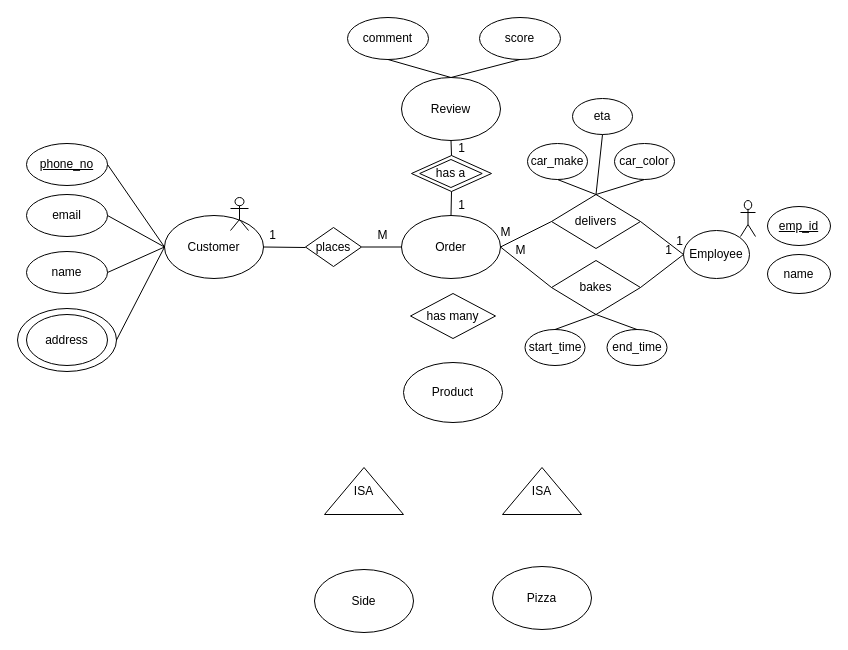
Before: Untitled Diagram.drawio in jb065/CS-564-Project, a draw.io diagram. Source tidied: cells renumbered, new cells numbered last; positions are measured from the earlier drawing's top-left corner, leaving out a move shared by most shapes. Both pictures are drawn from the tidied source at 100%, with x=0, y=0 at pixel (17, 17).
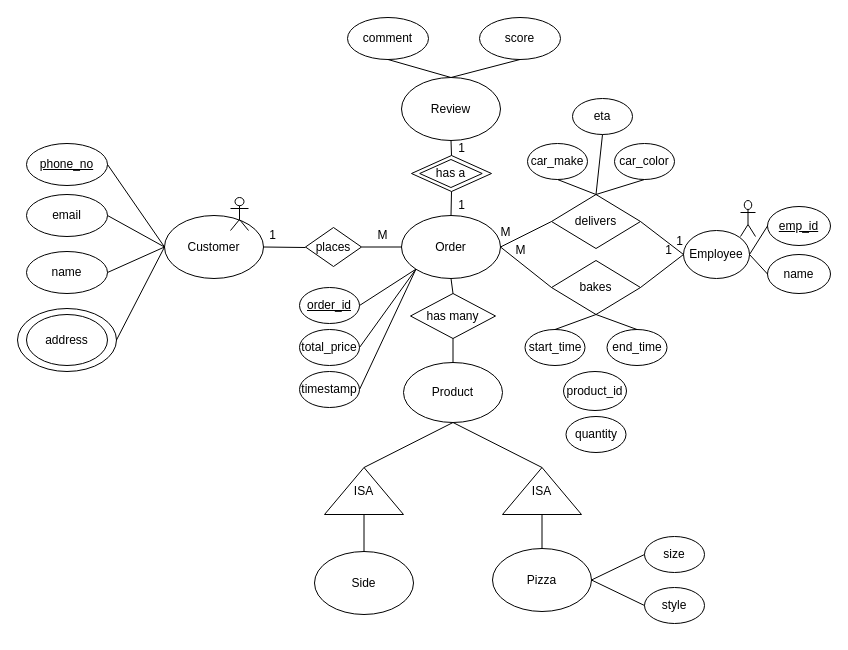
The same page after the edit.

Unchanged cells that the change refers to:
```xml
<mxCell id="4" value="Order" style="ellipse;whiteSpace=wrap;html=1;" parent="1" vertex="1">
  <mxGeometry x="384" y="198" width="99" height="63" as="geometry" />
</mxCell>
<mxCell id="6" value="Employee" style="ellipse;whiteSpace=wrap;html=1;" parent="1" vertex="1">
  <mxGeometry x="666" y="213" width="66" height="48" as="geometry" />
</mxCell>
<mxCell id="7" value="Product" style="ellipse;whiteSpace=wrap;html=1;" parent="1" vertex="1">
  <mxGeometry x="386" y="345" width="99" height="60" as="geometry" />
</mxCell>
<mxCell id="8" value="ISA" style="triangle;whiteSpace=wrap;html=1;direction=north;" parent="1" vertex="1">
  <mxGeometry x="307" y="450" width="79" height="47" as="geometry" />
</mxCell>
<mxCell id="9" value="ISA" style="triangle;whiteSpace=wrap;html=1;direction=north;" parent="1" vertex="1">
  <mxGeometry x="485" y="450" width="79" height="47" as="geometry" />
</mxCell>
<mxCell id="57" value="&lt;u&gt;emp_id&lt;/u&gt;" style="ellipse;whiteSpace=wrap;html=1;" parent="1" vertex="1">
  <mxGeometry x="750" y="189" width="63" height="39" as="geometry" />
</mxCell>
<mxCell id="58" value="name" style="ellipse;whiteSpace=wrap;html=1;" parent="1" vertex="1">
  <mxGeometry x="750" y="237" width="63" height="39" as="geometry" />
</mxCell>
<mxCell id="59" value="has many" style="rhombus;whiteSpace=wrap;html=1;" parent="1" vertex="1">
  <mxGeometry x="393" y="276" width="85" height="45" as="geometry" />
</mxCell>
```

What changed in the source:
```diff
@@
     <mxCell id="10" value="Side" style="ellipse;whiteSpace=wrap;html=1;" parent="1" vertex="1">
-      <mxGeometry x="297" y="552" width="99" height="63" as="geometry" />
+      <mxGeometry x="297" y="534" width="99" height="63" as="geometry" />
     </mxCell>
     <mxCell id="11" value="Pizza" style="ellipse;whiteSpace=wrap;html=1;" parent="1" vertex="1">
-      <mxGeometry x="475" y="549" width="99" height="63" as="geometry" />
+      <mxGeometry x="475" y="531" width="99" height="63" as="geometry" />
     </mxCell>
@@
+    <mxCell id="60" style="endArrow=none;html=1;rounded=0;entryX=0.5;entryY=1;entryDx=0;entryDy=0;exitX=0.5;exitY=0;exitDx=0;exitDy=0;" parent="1" edge="1" source="7" target="59">
+      <mxGeometry relative="1" as="geometry" />
+    </mxCell>
+    <mxCell id="61" style="endArrow=none;html=1;rounded=0;entryX=0.5;entryY=1;entryDx=0;entryDy=0;exitX=0.5;exitY=0;exitDx=0;exitDy=0;" parent="1" edge="1" source="59" target="4">
+      <mxGeometry relative="1" as="geometry" />
+    </mxCell>
+    <mxCell id="62" style="endArrow=none;html=1;rounded=0;entryX=0.5;entryY=1;entryDx=0;entryDy=0;exitX=1;exitY=0.5;exitDx=0;exitDy=0;" parent="1" edge="1" source="8" target="7">
+      <mxGeometry relative="1" as="geometry" />
+    </mxCell>
+    <mxCell id="63" style="endArrow=none;html=1;rounded=0;entryX=0;entryY=0.5;entryDx=0;entryDy=0;exitX=0.5;exitY=0;exitDx=0;exitDy=0;" parent="1" edge="1" source="10" target="8">
+      <mxGeometry relative="1" as="geometry" />
+    </mxCell>
+    <mxCell id="64" style="endArrow=none;html=1;rounded=0;entryX=0.5;entryY=1;entryDx=0;entryDy=0;exitX=1;exitY=0.5;exitDx=0;exitDy=0;" parent="1" edge="1" source="9" target="7">
+      <mxGeometry relative="1" as="geometry" />
+    </mxCell>
+    <mxCell id="65" style="endArrow=none;html=1;rounded=0;entryX=0;entryY=0.5;entryDx=0;entryDy=0;exitX=0.5;exitY=0;exitDx=0;exitDy=0;" parent="1" edge="1" source="11" target="9">
+      <mxGeometry relative="1" as="geometry" />
+    </mxCell>
+    <mxCell id="66" value="&lt;u&gt;order_id&lt;/u&gt;" style="ellipse;whiteSpace=wrap;html=1;" parent="1" vertex="1">
+      <mxGeometry x="282" y="270" width="60" height="36" as="geometry" />
+    </mxCell>
+    <mxCell id="67" value="total_price" style="ellipse;whiteSpace=wrap;html=1;" parent="1" vertex="1">
+      <mxGeometry x="282" y="312" width="60" height="36" as="geometry" />
+    </mxCell>
+    <mxCell id="68" value="timestamp" style="ellipse;whiteSpace=wrap;html=1;" parent="1" vertex="1">
+      <mxGeometry x="282" y="354" width="60" height="36" as="geometry" />
+    </mxCell>
+    <mxCell id="69" style="endArrow=none;html=1;rounded=0;entryX=0;entryY=1;entryDx=0;entryDy=0;exitX=1;exitY=0.5;exitDx=0;exitDy=0;" parent="1" edge="1" source="68" target="4">
+      <mxGeometry relative="1" as="geometry" />
+    </mxCell>
+    <mxCell id="70" style="endArrow=none;html=1;rounded=0;entryX=0;entryY=1;entryDx=0;entryDy=0;exitX=1;exitY=0.5;exitDx=0;exitDy=0;" parent="1" edge="1" source="67" target="4">
+      <mxGeometry relative="1" as="geometry" />
+    </mxCell>
+    <mxCell id="71" style="endArrow=none;html=1;rounded=0;entryX=0;entryY=1;entryDx=0;entryDy=0;exitX=1;exitY=0.5;exitDx=0;exitDy=0;" parent="1" edge="1" source="66" target="4">
+      <mxGeometry relative="1" as="geometry" />
+    </mxCell>
+    <mxCell id="72" value="size" style="ellipse;whiteSpace=wrap;html=1;" parent="1" vertex="1">
+      <mxGeometry x="627" y="519" width="60" height="36" as="geometry" />
+    </mxCell>
+    <mxCell id="73" value="style" style="ellipse;whiteSpace=wrap;html=1;" parent="1" vertex="1">
+      <mxGeometry x="627" y="570" width="60" height="36" as="geometry" />
+    </mxCell>
+    <mxCell id="74" style="endArrow=none;html=1;rounded=0;entryX=0;entryY=0.5;entryDx=0;entryDy=0;exitX=1;exitY=0.5;exitDx=0;exitDy=0;" parent="1" edge="1" source="6" target="57">
+      <mxGeometry relative="1" as="geometry" />
+    </mxCell>
+    <mxCell id="75" style="endArrow=none;html=1;rounded=0;entryX=0;entryY=0.5;entryDx=0;entryDy=0;exitX=1;exitY=0.5;exitDx=0;exitDy=0;" parent="1" edge="1" source="6" target="58">
+      <mxGeometry relative="1" as="geometry" />
+    </mxCell>
+    <mxCell id="76" value="quantity" style="ellipse;whiteSpace=wrap;html=1;" parent="1" vertex="1">
+      <mxGeometry x="548.5" y="399" width="60" height="36" as="geometry" />
+    </mxCell>
+    <mxCell id="77" value="product_id" style="ellipse;whiteSpace=wrap;html=1;" parent="1" vertex="1">
+      <mxGeometry x="546" y="354" width="63" height="39" as="geometry" />
+    </mxCell>
+    <mxCell id="78" style="endArrow=none;html=1;rounded=0;exitX=1;exitY=0.5;exitDx=0;exitDy=0;entryX=0;entryY=0.5;entryDx=0;entryDy=0;" parent="1" edge="1" source="11" target="72">
+      <mxGeometry relative="1" as="geometry" />
+    </mxCell>
+    <mxCell id="79" style="endArrow=none;html=1;rounded=0;entryX=0;entryY=0.5;entryDx=0;entryDy=0;exitX=1;exitY=0.5;exitDx=0;exitDy=0;" parent="1" edge="1" source="11" target="73">
+      <mxGeometry relative="1" as="geometry" />
+    </mxCell>
```
